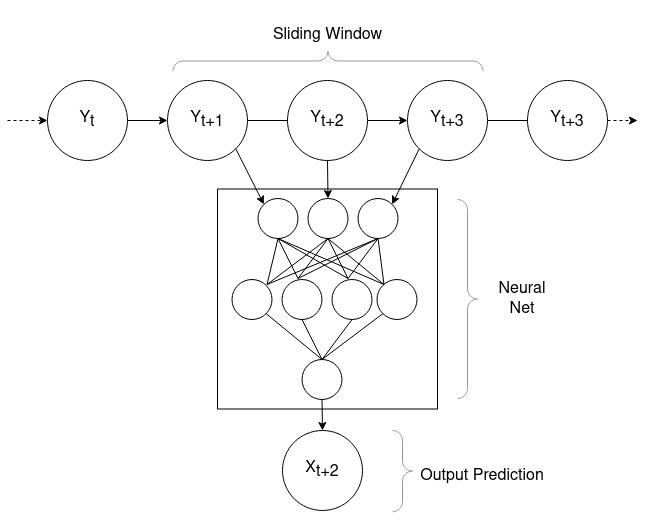
The draw.io diagram poster/figures/Seq2Point.drawio.png in BenjaminFrazer/thesis_tools, before a commit. Source tidied: cells renumbered, new cells last; positions are measured from the earlier drawing's top-left corner, leaving out a move shared by most shapes.
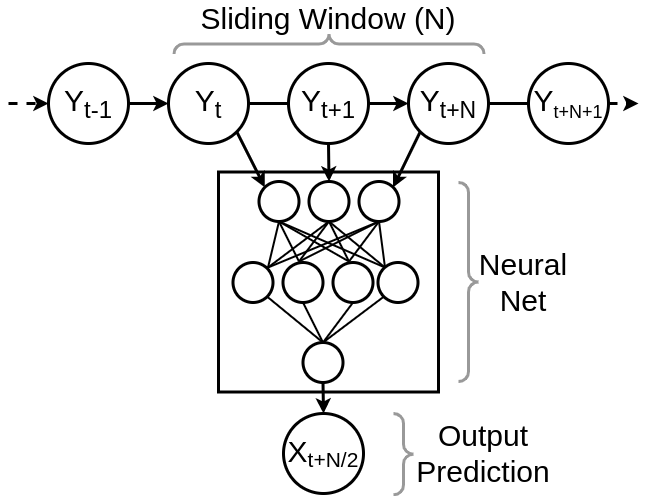
Later version of the same file.

The edit, as a diff of the source:
```diff
@@ -2,176 +2,176 @@
   <root>
     <mxCell id="0" />
     <mxCell id="1" parent="0" />
-    <mxCell id="2" value="Y&lt;sub style=&quot;font-size: 16px;&quot;&gt;t+1&lt;/sub&gt;" style="ellipse;whiteSpace=wrap;html=1;fontSize=16;" parent="1" vertex="1">
+    <mxCell id="2" value="Y&lt;sub style=&quot;&quot;&gt;&lt;font style=&quot;font-size: 24px;&quot;&gt;t&lt;/font&gt;&lt;/sub&gt;" style="ellipse;whiteSpace=wrap;html=1;fontSize=30;strokeWidth=3;" parent="1" vertex="1">
       <mxGeometry x="160" y="174" width="80" height="80" as="geometry" />
     </mxCell>
-    <mxCell id="3" value="Y&lt;sub style=&quot;font-size: 16px;&quot;&gt;t&lt;/sub&gt;" style="ellipse;whiteSpace=wrap;html=1;fontSize=16;" parent="1" vertex="1">
+    <mxCell id="3" value="Y&lt;sub style=&quot;&quot;&gt;&lt;font style=&quot;font-size: 24px;&quot;&gt;t-1&lt;/font&gt;&lt;/sub&gt;" style="ellipse;whiteSpace=wrap;html=1;fontSize=30;strokeWidth=3;" parent="1" vertex="1">
       <mxGeometry x="40" y="174" width="80" height="80" as="geometry" />
     </mxCell>
-    <mxCell id="4" value="Y&lt;sub style=&quot;font-size: 16px;&quot;&gt;t+3&lt;/sub&gt;" style="ellipse;whiteSpace=wrap;html=1;fontSize=16;" parent="1" vertex="1">
+    <mxCell id="4" value="Y&lt;sub style=&quot;&quot;&gt;&lt;font style=&quot;font-size: 18px;&quot;&gt;t+N+1&lt;/font&gt;&lt;/sub&gt;" style="ellipse;whiteSpace=wrap;html=1;fontSize=30;strokeWidth=3;" parent="1" vertex="1">
       <mxGeometry x="520" y="174" width="80" height="80" as="geometry" />
     </mxCell>
-    <mxCell id="5" style="endArrow=classic;html=1;rounded=0;entryX=0;entryY=0.5;entryDx=0;entryDy=0;dashed=1;" parent="1" edge="1" target="3">
+    <mxCell id="5" style="endArrow=classic;html=1;rounded=0;entryX=0;entryY=0.5;entryDx=0;entryDy=0;dashed=1;strokeWidth=3;" parent="1" edge="1" target="3">
       <mxGeometry relative="1" as="geometry">
         <mxPoint y="214" as="sourcePoint" />
       </mxGeometry>
     </mxCell>
-    <mxCell id="6" style="endArrow=classic;html=1;rounded=0;entryX=0;entryY=0.5;entryDx=0;entryDy=0;exitX=1;exitY=0.5;exitDx=0;exitDy=0;" parent="1" edge="1" source="3" target="2">
+    <mxCell id="6" style="endArrow=classic;html=1;rounded=0;entryX=0;entryY=0.5;entryDx=0;entryDy=0;exitX=1;exitY=0.5;exitDx=0;exitDy=0;strokeWidth=3;" parent="1" edge="1" source="3" target="2">
       <mxGeometry relative="1" as="geometry" />
     </mxCell>
-    <mxCell id="7" style="endArrow=classic;html=1;rounded=0;entryX=0;entryY=0.5;entryDx=0;entryDy=0;exitX=1;exitY=0.5;exitDx=0;exitDy=0;startArrow=none;" parent="1" edge="1" source="13" target="12">
+    <mxCell id="7" style="endArrow=classic;html=1;rounded=0;entryX=0;entryY=0.5;entryDx=0;entryDy=0;exitX=1;exitY=0.5;exitDx=0;exitDy=0;startArrow=none;strokeWidth=3;" parent="1" edge="1" source="13" target="12">
       <mxGeometry relative="1" as="geometry" />
     </mxCell>
-    <mxCell id="8" style="endArrow=classic;html=1;rounded=0;exitX=1;exitY=0.5;exitDx=0;exitDy=0;dashed=1;" parent="1" edge="1" source="4">
+    <mxCell id="8" style="endArrow=classic;html=1;rounded=0;exitX=1;exitY=0.5;exitDx=0;exitDy=0;dashed=1;strokeWidth=3;" parent="1" edge="1" source="4">
       <mxGeometry relative="1" as="geometry">
         <mxPoint x="630" y="214" as="targetPoint" />
       </mxGeometry>
     </mxCell>
-    <mxCell id="9" style="labelPosition=right;align=left;strokeWidth=1;shape=mxgraph.mockup.markup.curlyBrace;html=1;shadow=0;dashed=0;strokeColor=#999999;direction=north;rotation=-180;" parent="1" vertex="1">
+    <mxCell id="9" style="labelPosition=right;align=left;strokeWidth=3;shape=mxgraph.mockup.markup.curlyBrace;html=1;shadow=0;dashed=0;strokeColor=#999999;direction=north;rotation=-180;" parent="1" vertex="1">
       <mxGeometry x="450" y="293" width="20" height="199" as="geometry" />
     </mxCell>
-    <mxCell id="10" value="Neural Net" style="text;html=1;strokeColor=none;fillColor=none;align=center;verticalAlign=middle;whiteSpace=wrap;rounded=0;fontSize=16;" parent="1" vertex="1">
+    <mxCell id="10" value="Neural Net" style="text;html=1;strokeColor=none;fillColor=none;align=center;verticalAlign=middle;whiteSpace=wrap;rounded=0;fontSize=30;strokeWidth=3;" parent="1" vertex="1">
       <mxGeometry x="480" y="357.5" width="70" height="70" as="geometry" />
     </mxCell>
-    <mxCell id="11" style="edgeStyle=none;rounded=0;jettySize=auto;html=1;endArrow=none;endFill=0;strokeWidth=1;" parent="1" edge="1" source="12" target="4">
+    <mxCell id="11" style="edgeStyle=none;rounded=0;jettySize=auto;html=1;endArrow=none;endFill=0;strokeWidth=3;" parent="1" edge="1" source="12" target="4">
       <mxGeometry relative="1" as="geometry" />
     </mxCell>
-    <mxCell id="12" value="Y&lt;sub style=&quot;font-size: 16px;&quot;&gt;t+3&lt;/sub&gt;" style="ellipse;whiteSpace=wrap;html=1;fontSize=16;" parent="1" vertex="1">
+    <mxCell id="12" value="Y&lt;sub style=&quot;&quot;&gt;&lt;font style=&quot;font-size: 23px;&quot;&gt;t+N&lt;/font&gt;&lt;/sub&gt;" style="ellipse;whiteSpace=wrap;html=1;fontSize=30;strokeWidth=3;" parent="1" vertex="1">
       <mxGeometry x="400" y="174" width="80" height="80" as="geometry" />
     </mxCell>
-    <mxCell id="13" value="Y&lt;sub style=&quot;font-size: 16px;&quot;&gt;t+2&lt;/sub&gt;" style="ellipse;whiteSpace=wrap;html=1;fontSize=16;" parent="1" vertex="1">
+    <mxCell id="13" value="Y&lt;sub style=&quot;&quot;&gt;&lt;font style=&quot;font-size: 24px;&quot;&gt;t+1&lt;/font&gt;&lt;/sub&gt;" style="ellipse;whiteSpace=wrap;html=1;fontSize=30;strokeWidth=3;" parent="1" vertex="1">
       <mxGeometry x="280" y="174" width="80" height="80" as="geometry" />
     </mxCell>
-    <mxCell id="14" style="endArrow=none;html=1;rounded=0;entryX=0;entryY=0.5;entryDx=0;entryDy=0;exitX=1;exitY=0.5;exitDx=0;exitDy=0;" parent="1" edge="1" source="2" target="13">
+    <mxCell id="14" style="endArrow=none;html=1;rounded=0;entryX=0;entryY=0.5;entryDx=0;entryDy=0;exitX=1;exitY=0.5;exitDx=0;exitDy=0;strokeWidth=3;" parent="1" edge="1" source="2" target="13">
       <mxGeometry relative="1" as="geometry" />
     </mxCell>
-    <mxCell id="15" style="group;" parent="1" vertex="1">
+    <mxCell id="15" style="group;strokeWidth=3;" parent="1" vertex="1">
       <mxGeometry x="210" y="282.5" width="220" height="220" as="geometry" />
     </mxCell>
-    <mxCell id="16" style="rounded=0;whiteSpace=wrap;html=1;" parent="15" vertex="1">
+    <mxCell id="16" style="rounded=0;whiteSpace=wrap;html=1;strokeWidth=3;" parent="15" vertex="1">
       <mxGeometry width="220" height="220" as="geometry" />
     </mxCell>
-    <mxCell id="17" style="ellipse;whiteSpace=wrap;html=1;" parent="15" vertex="1">
+    <mxCell id="17" style="ellipse;whiteSpace=wrap;html=1;strokeWidth=3;" parent="15" vertex="1">
       <mxGeometry x="14.5" y="90.5" width="40" height="40" as="geometry" />
     </mxCell>
-    <mxCell id="18" style="ellipse;whiteSpace=wrap;html=1;" parent="15" vertex="1">
+    <mxCell id="18" style="ellipse;whiteSpace=wrap;html=1;strokeWidth=3;" parent="15" vertex="1">
       <mxGeometry x="64.5" y="90.5" width="40" height="40" as="geometry" />
     </mxCell>
-    <mxCell id="19" style="ellipse;whiteSpace=wrap;html=1;" parent="15" vertex="1">
+    <mxCell id="19" style="ellipse;whiteSpace=wrap;html=1;strokeWidth=3;" parent="15" vertex="1">
       <mxGeometry x="84.5" y="170.5" width="40" height="40" as="geometry" />
     </mxCell>
-    <mxCell id="20" style="endArrow=none;html=1;rounded=0;strokeWidth=1;entryX=0.5;entryY=0;entryDx=0;entryDy=0;exitX=1;exitY=1;exitDx=0;exitDy=0;endFill=0;" parent="15" edge="1" source="17" target="19">
+    <mxCell id="20" style="endArrow=none;html=1;rounded=0;strokeWidth=2;entryX=0.5;entryY=0;entryDx=0;entryDy=0;exitX=1;exitY=1;exitDx=0;exitDy=0;endFill=0;" parent="15" edge="1" source="17" target="19">
       <mxGeometry relative="1" as="geometry" />
     </mxCell>
-    <mxCell id="21" style="endArrow=none;html=1;rounded=0;strokeWidth=1;exitX=0.5;exitY=1;exitDx=0;exitDy=0;entryX=0.5;entryY=0;entryDx=0;entryDy=0;endFill=0;" parent="15" edge="1" source="18" target="19">
+    <mxCell id="21" style="endArrow=none;html=1;rounded=0;strokeWidth=2;exitX=0.5;exitY=1;exitDx=0;exitDy=0;entryX=0.5;entryY=0;entryDx=0;entryDy=0;endFill=0;" parent="15" edge="1" source="18" target="19">
       <mxGeometry relative="1" as="geometry" />
     </mxCell>
-    <mxCell id="22" style="ellipse;whiteSpace=wrap;html=1;" parent="15" vertex="1">
+    <mxCell id="22" style="ellipse;whiteSpace=wrap;html=1;strokeWidth=3;" parent="15" vertex="1">
       <mxGeometry x="114.5" y="90.5" width="40" height="40" as="geometry" />
     </mxCell>
-    <mxCell id="23" style="ellipse;whiteSpace=wrap;html=1;" parent="15" vertex="1">
+    <mxCell id="23" style="ellipse;whiteSpace=wrap;html=1;strokeWidth=3;" parent="15" vertex="1">
       <mxGeometry x="159.5" y="90.5" width="40" height="40" as="geometry" />
     </mxCell>
-    <mxCell id="24" style="endArrow=none;html=1;rounded=0;strokeWidth=1;exitX=0;exitY=1;exitDx=0;exitDy=0;entryX=0.5;entryY=0;entryDx=0;entryDy=0;endFill=0;" parent="15" edge="1" source="23" target="19">
+    <mxCell id="24" style="endArrow=none;html=1;rounded=0;strokeWidth=2;exitX=0;exitY=1;exitDx=0;exitDy=0;entryX=0.5;entryY=0;entryDx=0;entryDy=0;endFill=0;" parent="15" edge="1" source="23" target="19">
       <mxGeometry relative="1" as="geometry" />
     </mxCell>
-    <mxCell id="25" style="endArrow=none;html=1;rounded=0;strokeWidth=1;exitX=0.5;exitY=1;exitDx=0;exitDy=0;entryX=0.5;entryY=0;entryDx=0;entryDy=0;endFill=0;" parent="15" edge="1" source="22" target="19">
+    <mxCell id="25" style="endArrow=none;html=1;rounded=0;strokeWidth=2;exitX=0.5;exitY=1;exitDx=0;exitDy=0;entryX=0.5;entryY=0;entryDx=0;entryDy=0;endFill=0;" parent="15" edge="1" source="22" target="19">
       <mxGeometry relative="1" as="geometry" />
     </mxCell>
-    <mxCell id="26" style="rounded=0;jettySize=auto;html=1;exitX=1;exitY=1;exitDx=0;exitDy=0;entryX=0.5;entryY=0;entryDx=0;entryDy=0;endArrow=none;endFill=0;strokeWidth=1;" parent="15" edge="1" target="40">
+    <mxCell id="26" style="rounded=0;jettySize=auto;html=1;exitX=1;exitY=1;exitDx=0;exitDy=0;entryX=0.5;entryY=0;entryDx=0;entryDy=0;endArrow=none;endFill=0;strokeWidth=2;" parent="15" edge="1" target="40">
       <mxGeometry relative="1" as="geometry">
         <mxPoint x="166.5" y="95.5" as="sourcePoint" />
       </mxGeometry>
     </mxCell>
-    <mxCell id="27" style="edgeStyle=none;rounded=0;jettySize=auto;html=1;exitX=0.5;exitY=1;exitDx=0;exitDy=0;endArrow=none;endFill=0;strokeWidth=1;entryX=0.5;entryY=0;entryDx=0;entryDy=0;" parent="15" edge="1" target="40">
+    <mxCell id="27" style="edgeStyle=none;rounded=0;jettySize=auto;html=1;exitX=0.5;exitY=1;exitDx=0;exitDy=0;endArrow=none;endFill=0;strokeWidth=2;entryX=0.5;entryY=0;entryDx=0;entryDy=0;" parent="15" edge="1" target="40">
       <mxGeometry relative="1" as="geometry">
         <mxPoint x="130.5" y="89.5" as="sourcePoint" />
       </mxGeometry>
     </mxCell>
-    <mxCell id="28" style="ellipse;whiteSpace=wrap;html=1;rotation=-180;" parent="15" vertex="1">
+    <mxCell id="28" style="ellipse;whiteSpace=wrap;html=1;rotation=-180;strokeWidth=3;" parent="15" vertex="1">
       <mxGeometry x="90.5" y="9.5" width="40" height="40" as="geometry" />
     </mxCell>
-    <mxCell id="29" style="endArrow=none;html=1;rounded=0;strokeWidth=1;entryX=0.5;entryY=0;entryDx=0;entryDy=0;exitX=1;exitY=1;exitDx=0;exitDy=0;endFill=0;" parent="15" edge="1" target="28">
+    <mxCell id="29" style="endArrow=none;html=1;rounded=0;strokeWidth=2;entryX=0.5;entryY=0;entryDx=0;entryDy=0;exitX=1;exitY=1;exitDx=0;exitDy=0;endFill=0;" parent="15" edge="1" target="28">
       <mxGeometry relative="1" as="geometry">
         <mxPoint x="166.5" y="95.5" as="sourcePoint" />
       </mxGeometry>
     </mxCell>
-    <mxCell id="30" style="endArrow=none;html=1;rounded=0;strokeWidth=1;exitX=0.5;exitY=1;exitDx=0;exitDy=0;entryX=0.5;entryY=0;entryDx=0;entryDy=0;endFill=0;" parent="15" edge="1" target="28">
+    <mxCell id="30" style="endArrow=none;html=1;rounded=0;strokeWidth=2;exitX=0.5;exitY=1;exitDx=0;exitDy=0;entryX=0.5;entryY=0;entryDx=0;entryDy=0;endFill=0;" parent="15" edge="1" target="28">
       <mxGeometry relative="1" as="geometry">
         <mxPoint x="130.5" y="89.5" as="sourcePoint" />
       </mxGeometry>
     </mxCell>
-    <mxCell id="31" style="ellipse;whiteSpace=wrap;html=1;rotation=-180;" parent="15" vertex="1">
+    <mxCell id="31" style="ellipse;whiteSpace=wrap;html=1;rotation=-180;strokeWidth=3;" parent="15" vertex="1">
       <mxGeometry x="40.5" y="9.5" width="40" height="40" as="geometry" />
     </mxCell>
-    <mxCell id="32" style="endArrow=none;html=1;rounded=0;strokeWidth=1;entryX=0.5;entryY=0;entryDx=0;entryDy=0;exitX=0.5;exitY=1;exitDx=0;exitDy=0;endFill=0;" parent="15" edge="1" target="31">
+    <mxCell id="32" style="endArrow=none;html=1;rounded=0;strokeWidth=2;entryX=0.5;entryY=0;entryDx=0;entryDy=0;exitX=0.5;exitY=1;exitDx=0;exitDy=0;endFill=0;" parent="15" edge="1" target="31">
       <mxGeometry relative="1" as="geometry">
         <mxPoint x="80.5" y="89.5" as="sourcePoint" />
       </mxGeometry>
     </mxCell>
-    <mxCell id="33" style="endArrow=none;html=1;rounded=0;strokeWidth=1;entryX=0.5;entryY=0;entryDx=0;entryDy=0;exitX=0.5;exitY=1;exitDx=0;exitDy=0;endFill=0;" parent="15" edge="1" target="31">
+    <mxCell id="33" style="endArrow=none;html=1;rounded=0;strokeWidth=2;entryX=0.5;entryY=0;entryDx=0;entryDy=0;exitX=0.5;exitY=1;exitDx=0;exitDy=0;endFill=0;" parent="15" edge="1" target="31">
       <mxGeometry relative="1" as="geometry">
         <mxPoint x="130.5" y="89.5" as="sourcePoint" />
       </mxGeometry>
     </mxCell>
-    <mxCell id="34" style="endArrow=none;html=1;rounded=0;strokeWidth=1;exitX=1;exitY=1;exitDx=0;exitDy=0;entryX=0.5;entryY=0;entryDx=0;entryDy=0;endFill=0;" parent="15" edge="1" target="31">
+    <mxCell id="34" style="endArrow=none;html=1;rounded=0;strokeWidth=2;exitX=1;exitY=1;exitDx=0;exitDy=0;entryX=0.5;entryY=0;entryDx=0;entryDy=0;endFill=0;" parent="15" edge="1" target="31">
       <mxGeometry relative="1" as="geometry">
         <mxPoint x="166.5" y="95.5" as="sourcePoint" />
       </mxGeometry>
     </mxCell>
-    <mxCell id="35" style="endArrow=none;html=1;rounded=0;strokeWidth=1;exitX=0;exitY=1;exitDx=0;exitDy=0;entryX=0.5;entryY=0;entryDx=0;entryDy=0;endFill=0;" parent="15" edge="1" target="31">
+    <mxCell id="35" style="endArrow=none;html=1;rounded=0;strokeWidth=2;exitX=0;exitY=1;exitDx=0;exitDy=0;entryX=0.5;entryY=0;entryDx=0;entryDy=0;endFill=0;" parent="15" edge="1" target="31">
       <mxGeometry relative="1" as="geometry">
         <mxPoint x="49.5" y="95.5" as="sourcePoint" />
       </mxGeometry>
     </mxCell>
-    <mxCell id="36" style="endArrow=none;html=1;rounded=0;strokeWidth=1;exitX=0;exitY=1;exitDx=0;exitDy=0;entryX=0.5;entryY=0;entryDx=0;entryDy=0;endFill=0;" parent="15" edge="1" target="28">
+    <mxCell id="36" style="endArrow=none;html=1;rounded=0;strokeWidth=2;exitX=0;exitY=1;exitDx=0;exitDy=0;entryX=0.5;entryY=0;entryDx=0;entryDy=0;endFill=0;" parent="15" edge="1" target="28">
       <mxGeometry relative="1" as="geometry">
         <mxPoint x="49.5" y="95.5" as="sourcePoint" />
       </mxGeometry>
     </mxCell>
-    <mxCell id="37" style="endArrow=none;html=1;rounded=0;strokeWidth=1;exitX=0.5;exitY=1;exitDx=0;exitDy=0;entryX=0.5;entryY=0;entryDx=0;entryDy=0;endFill=0;" parent="15" edge="1" target="28">
+    <mxCell id="37" style="endArrow=none;html=1;rounded=0;strokeWidth=2;exitX=0.5;exitY=1;exitDx=0;exitDy=0;entryX=0.5;entryY=0;entryDx=0;entryDy=0;endFill=0;" parent="15" edge="1" target="28">
       <mxGeometry relative="1" as="geometry">
         <mxPoint x="80.5" y="89.5" as="sourcePoint" />
       </mxGeometry>
     </mxCell>
-    <mxCell id="38" style="edgeStyle=none;rounded=0;jettySize=auto;html=1;exitX=0.5;exitY=0;exitDx=0;exitDy=0;endArrow=none;endFill=0;strokeWidth=1;" parent="15" edge="1" source="40">
+    <mxCell id="38" style="edgeStyle=none;rounded=0;jettySize=auto;html=1;exitX=0.5;exitY=0;exitDx=0;exitDy=0;endArrow=none;endFill=0;strokeWidth=2;" parent="15" edge="1" source="40">
       <mxGeometry relative="1" as="geometry">
         <mxPoint x="80.5" y="89.5" as="targetPoint" />
       </mxGeometry>
     </mxCell>
-    <mxCell id="39" style="edgeStyle=none;rounded=0;jettySize=auto;html=1;exitX=0.5;exitY=0;exitDx=0;exitDy=0;entryX=0;entryY=1;entryDx=0;entryDy=0;endArrow=none;endFill=0;strokeWidth=1;" parent="15" edge="1" source="40">
+    <mxCell id="39" style="edgeStyle=none;rounded=0;jettySize=auto;html=1;exitX=0.5;exitY=0;exitDx=0;exitDy=0;entryX=0;entryY=1;entryDx=0;entryDy=0;endArrow=none;endFill=0;strokeWidth=2;" parent="15" edge="1" source="40">
       <mxGeometry relative="1" as="geometry">
         <mxPoint x="49.5" y="95.5" as="targetPoint" />
       </mxGeometry>
     </mxCell>
-    <mxCell id="40" style="ellipse;whiteSpace=wrap;html=1;rotation=-180;" parent="15" vertex="1">
+    <mxCell id="40" style="ellipse;whiteSpace=wrap;html=1;rotation=-180;strokeWidth=3;" parent="15" vertex="1">
       <mxGeometry x="140.5" y="9.5" width="40" height="40" as="geometry" />
     </mxCell>
-    <mxCell id="41" value="X&lt;sub style=&quot;font-size: 16px;&quot;&gt;t+2&lt;/sub&gt;" style="ellipse;whiteSpace=wrap;html=1;fontSize=16;" parent="1" vertex="1">
+    <mxCell id="41" value="&lt;font style=&quot;&quot;&gt;&lt;span style=&quot;font-size: 30px;&quot;&gt;X&lt;/span&gt;&lt;sub style=&quot;&quot;&gt;&lt;font style=&quot;font-size: 21px;&quot;&gt;t+N/2&lt;/font&gt;&lt;/sub&gt;&lt;/font&gt;" style="ellipse;whiteSpace=wrap;html=1;fontSize=24;strokeWidth=3;" parent="1" vertex="1">
       <mxGeometry x="275" y="524" width="80" height="80" as="geometry" />
     </mxCell>
-    <mxCell id="42" style="endArrow=classic;html=1;rounded=0;strokeWidth=1;exitX=1;exitY=1;exitDx=0;exitDy=0;entryX=1;entryY=1;entryDx=0;entryDy=0;" parent="1" edge="1" source="2" target="31">
+    <mxCell id="42" style="endArrow=classic;html=1;rounded=0;strokeWidth=3;exitX=1;exitY=1;exitDx=0;exitDy=0;entryX=1;entryY=1;entryDx=0;entryDy=0;" parent="1" edge="1" source="2" target="31">
       <mxGeometry relative="1" as="geometry" />
     </mxCell>
-    <mxCell id="43" style="endArrow=classic;html=1;rounded=0;strokeWidth=1;exitX=0.5;exitY=1;exitDx=0;exitDy=0;entryX=0.5;entryY=1;entryDx=0;entryDy=0;" parent="1" edge="1" source="13" target="28">
+    <mxCell id="43" style="endArrow=classic;html=1;rounded=0;strokeWidth=3;exitX=0.5;exitY=1;exitDx=0;exitDy=0;entryX=0.5;entryY=1;entryDx=0;entryDy=0;" parent="1" edge="1" source="13" target="28">
       <mxGeometry relative="1" as="geometry" />
     </mxCell>
-    <mxCell id="44" style="endArrow=classic;html=1;rounded=0;strokeWidth=1;exitX=0;exitY=1;exitDx=0;exitDy=0;entryX=0;entryY=1;entryDx=0;entryDy=0;" parent="1" edge="1" source="12" target="40">
+    <mxCell id="44" style="endArrow=classic;html=1;rounded=0;strokeWidth=3;exitX=0;exitY=1;exitDx=0;exitDy=0;entryX=0;entryY=1;entryDx=0;entryDy=0;" parent="1" edge="1" source="12" target="40">
       <mxGeometry relative="1" as="geometry" />
     </mxCell>
-    <mxCell id="45" style="endArrow=classic;html=1;rounded=0;strokeWidth=1;exitX=0.5;exitY=1;exitDx=0;exitDy=0;entryX=0.5;entryY=0;entryDx=0;entryDy=0;" parent="1" edge="1" source="19" target="41">
+    <mxCell id="45" style="endArrow=classic;html=1;rounded=0;strokeWidth=3;exitX=0.5;exitY=1;exitDx=0;exitDy=0;entryX=0.5;entryY=0;entryDx=0;entryDy=0;" parent="1" edge="1" source="19" target="41">
       <mxGeometry relative="1" as="geometry" />
     </mxCell>
-    <mxCell id="46" style="labelPosition=right;align=left;strokeWidth=1;shape=mxgraph.mockup.markup.curlyBrace;html=1;shadow=0;dashed=0;strokeColor=#999999;direction=north;rotation=90;" parent="1" vertex="1">
+    <mxCell id="46" style="labelPosition=right;align=left;strokeWidth=3;shape=mxgraph.mockup.markup.curlyBrace;html=1;shadow=0;dashed=0;strokeColor=#999999;direction=north;rotation=90;" parent="1" vertex="1">
       <mxGeometry x="310.5" y="-0.5" width="20" height="310" as="geometry" />
     </mxCell>
-    <mxCell id="47" value="Sliding Window" style="text;html=1;strokeColor=none;fillColor=none;align=center;verticalAlign=middle;whiteSpace=wrap;rounded=0;fontSize=16;" parent="1" vertex="1">
-      <mxGeometry x="227.8" y="94" width="184.5" height="70" as="geometry" />
+    <mxCell id="47" value="Sliding Window (N)" style="text;html=1;strokeColor=none;fillColor=none;align=center;verticalAlign=middle;whiteSpace=wrap;rounded=0;fontSize=30;" parent="1" vertex="1">
+      <mxGeometry x="179.4" y="114" width="282.2" height="30" as="geometry" />
     </mxCell>
-    <mxCell id="48" value="Output Prediction" style="text;html=1;strokeColor=none;fillColor=none;align=center;verticalAlign=middle;whiteSpace=wrap;rounded=0;fontSize=16;" parent="1" vertex="1">
-      <mxGeometry x="385" y="535.2" width="180" height="70" as="geometry" />
+    <mxCell id="48" value="Output Prediction" style="text;html=1;strokeColor=none;fillColor=none;align=center;verticalAlign=middle;whiteSpace=wrap;rounded=0;fontSize=30;strokeWidth=3;" parent="1" vertex="1">
+      <mxGeometry x="385" y="529" width="180" height="70" as="geometry" />
     </mxCell>
-    <mxCell id="49" style="labelPosition=right;align=left;strokeWidth=1;shape=mxgraph.mockup.markup.curlyBrace;html=1;shadow=0;dashed=0;strokeColor=#999999;direction=north;rotation=-180;" parent="1" vertex="1">
+    <mxCell id="49" style="labelPosition=right;align=left;strokeWidth=3;shape=mxgraph.mockup.markup.curlyBrace;html=1;shadow=0;dashed=0;strokeColor=#999999;direction=north;rotation=-180;" parent="1" vertex="1">
       <mxGeometry x="385" y="524" width="20" height="81.2" as="geometry" />
     </mxCell>
   </root>
```
